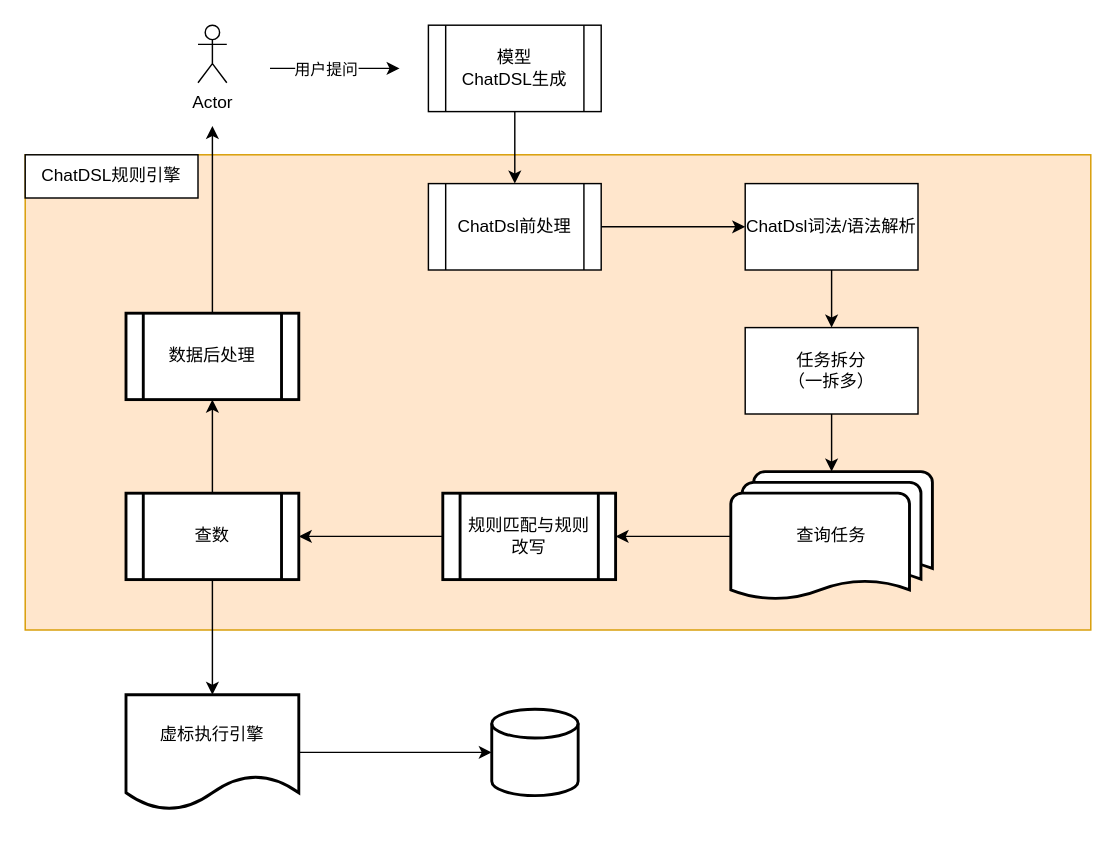
Earlier version of the draw.io diagram Chatbi规则引擎.drawio (zousiquan/design-drawing). Source tidied: cells renumbered, new cells numbered last; positions are measured from the earlier drawing's top-left corner, leaving out a move shared by most shapes. Both pictures are drawn from the tidied source at 144%, with x=0, y=0 at pixel (24, 24).
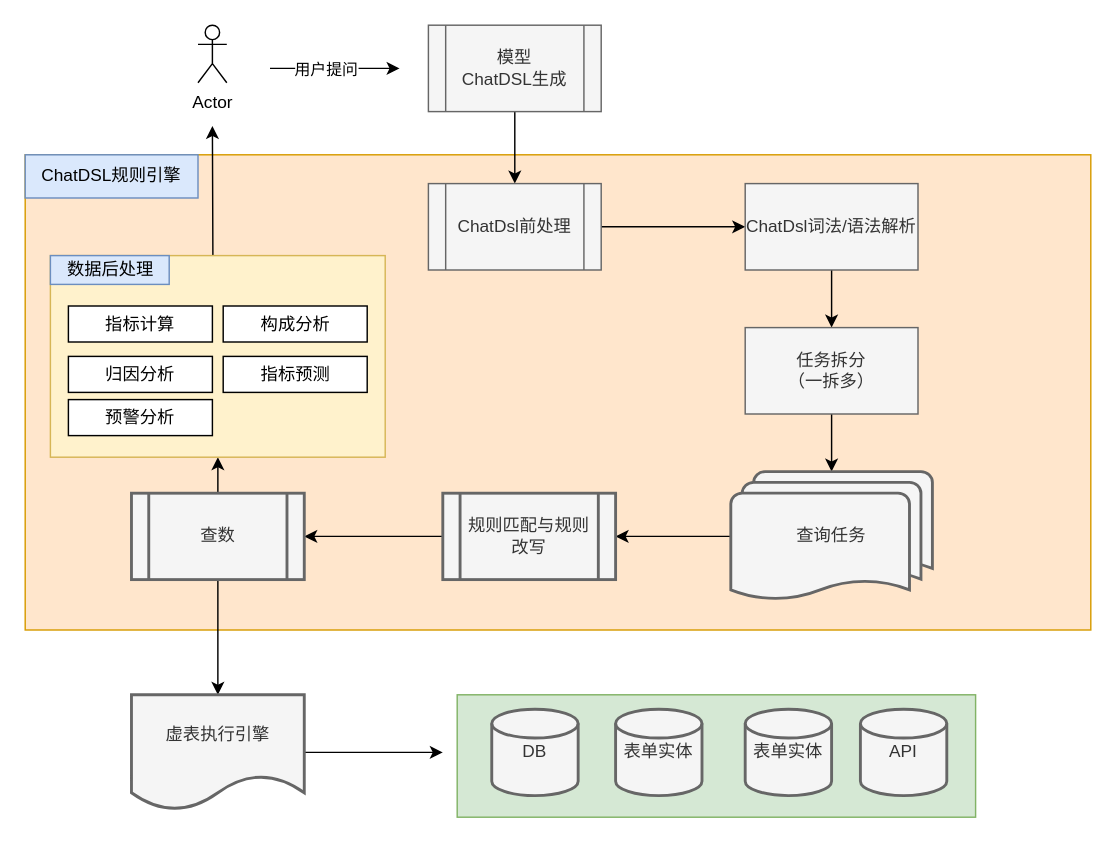
The same diagram, later.

Commit message:
更新Chatbi规则引擎.drawio

Diff of the diagram source:
```diff
@@
+    <mxCell id="27" style="rounded=0;whiteSpace=wrap;html=1;fillColor=#d5e8d4;strokeColor=#82b366;" parent="1" vertex="1">
+      <mxGeometry x="300" y="465" width="360" height="85" as="geometry" />
+    </mxCell>
@@
-    <mxCell id="7" value="模型&lt;div&gt;ChatDSL&lt;span style=&quot;background-color: transparent;&quot;&gt;生成&lt;/span&gt;&lt;/div&gt;" style="shape=process;whiteSpace=wrap;html=1;backgroundOutline=1;" parent="1" vertex="1">
+    <mxCell id="7" value="模型&lt;div&gt;ChatDSL&lt;span style=&quot;background-color: transparent;&quot;&gt;生成&lt;/span&gt;&lt;/div&gt;" style="shape=process;whiteSpace=wrap;html=1;backgroundOutline=1;fillColor=#f5f5f5;fontColor=#333333;strokeColor=#666666;" parent="1" vertex="1">
       <mxGeometry x="280" width="120" height="60" as="geometry" />
     </mxCell>
@@
-    <mxCell id="9" value="ChatDsl前处理" style="shape=process;whiteSpace=wrap;html=1;backgroundOutline=1;" parent="1" vertex="1">
+    <mxCell id="9" value="ChatDsl前处理" style="shape=process;whiteSpace=wrap;html=1;backgroundOutline=1;fillColor=#f5f5f5;fontColor=#333333;strokeColor=#666666;" parent="1" vertex="1">
       <mxGeometry x="280" y="110" width="120" height="60" as="geometry" />
     </mxCell>
@@
-    <mxCell id="11" value="ChatDsl词法/语法解析" style="whiteSpace=wrap;html=1;" parent="1" vertex="1">
+    <mxCell id="11" value="ChatDsl词法/语法解析" style="whiteSpace=wrap;html=1;fillColor=#f5f5f5;fontColor=#333333;strokeColor=#666666;" parent="1" vertex="1">
       <mxGeometry x="500" y="110" width="120" height="60" as="geometry" />
     </mxCell>
@@
-    <mxCell id="13" value="任务拆分&lt;div&gt;（一拆多）&lt;/div&gt;" style="whiteSpace=wrap;html=1;" parent="1" vertex="1">
+    <mxCell id="13" value="任务拆分&lt;div&gt;（一拆多）&lt;/div&gt;" style="whiteSpace=wrap;html=1;fillColor=#f5f5f5;fontColor=#333333;strokeColor=#666666;" parent="1" vertex="1">
       <mxGeometry x="500" y="210" width="120" height="60" as="geometry" />
     </mxCell>
@@
-    <mxCell id="15" value="查询任务" style="strokeWidth=2;html=1;shape=mxgraph.flowchart.multi-document;whiteSpace=wrap;" parent="1" vertex="1">
+    <mxCell id="15" value="查询任务" style="strokeWidth=2;html=1;shape=mxgraph.flowchart.multi-document;whiteSpace=wrap;fillColor=#f5f5f5;fontColor=#333333;strokeColor=#666666;" parent="1" vertex="1">
       <mxGeometry x="490" y="310" width="140" height="90" as="geometry" />
     </mxCell>
@@
-    <mxCell id="17" value="规则匹配与规则改写" style="shape=process;whiteSpace=wrap;html=1;backgroundOutline=1;strokeWidth=2;" parent="1" vertex="1">
+    <mxCell id="17" value="规则匹配与规则改写" style="shape=process;whiteSpace=wrap;html=1;backgroundOutline=1;strokeWidth=2;fillColor=#f5f5f5;fontColor=#333333;strokeColor=#666666;" parent="1" vertex="1">
       <mxGeometry x="290" y="325" width="120" height="60" as="geometry" />
     </mxCell>
@@
-    <mxCell id="19" style="edgeStyle=orthogonalEdgeStyle;rounded=0;jettySize=auto;html=1;" parent="1" edge="1" source="20" target="25">
+    <mxCell id="19" style="edgeStyle=orthogonalEdgeStyle;rounded=0;jettySize=auto;html=1;" parent="1" edge="1" source="20" target="28">
       <mxGeometry relative="1" as="geometry" />
     </mxCell>
-    <mxCell id="20" value="查数" style="shape=process;whiteSpace=wrap;html=1;backgroundOutline=1;strokeWidth=2;" parent="1" vertex="1">
-      <mxGeometry x="70" y="325" width="120" height="60" as="geometry" />
+    <mxCell id="20" value="查数" style="shape=process;whiteSpace=wrap;html=1;backgroundOutline=1;strokeWidth=2;fillColor=#f5f5f5;fontColor=#333333;strokeColor=#666666;" parent="1" vertex="1">
+      <mxGeometry x="73.8" y="325" width="120" height="60" as="geometry" />
     </mxCell>
-    <mxCell id="21" style="edgeStyle=orthogonalEdgeStyle;rounded=0;jettySize=auto;html=1;" parent="1" edge="1" source="22" target="23">
-      <mxGeometry relative="1" as="geometry" />
+    <mxCell id="21" style="edgeStyle=orthogonalEdgeStyle;rounded=0;jettySize=auto;html=1;" parent="1" edge="1" source="22">
+      <mxGeometry relative="1" as="geometry">
+        <mxPoint x="290" y="505" as="targetPoint" />
+      </mxGeometry>
     </mxCell>
-    <mxCell id="22" value="虚标执行引擎" style="shape=document;whiteSpace=wrap;html=1;boundedLbl=1;strokeWidth=2;" parent="1" vertex="1">
-      <mxGeometry x="70" y="465" width="120" height="80" as="geometry" />
+    <mxCell id="22" value="虚表执行引擎" style="shape=document;whiteSpace=wrap;html=1;boundedLbl=1;strokeWidth=2;fillColor=#f5f5f5;fontColor=#333333;strokeColor=#666666;" parent="1" vertex="1">
+      <mxGeometry x="73.8" y="465" width="120" height="80" as="geometry" />
     </mxCell>
-    <mxCell id="23" style="strokeWidth=2;html=1;shape=mxgraph.flowchart.database;whiteSpace=wrap;" parent="1" vertex="1">
+    <mxCell id="23" value="DB" style="strokeWidth=2;html=1;shape=mxgraph.flowchart.database;whiteSpace=wrap;fillColor=#f5f5f5;fontColor=#333333;strokeColor=#666666;" parent="1" vertex="1">
       <mxGeometry x="324" y="475" width="60" height="60" as="geometry" />
     </mxCell>
-    <mxCell id="24" style="edgeStyle=orthogonalEdgeStyle;rounded=0;jettySize=auto;html=1;" parent="1" edge="1" source="25">
+    <mxCell id="24" style="edgeStyle=orthogonalEdgeStyle;rounded=0;orthogonalLoop=1;jettySize=auto;html=1;" parent="1" edge="1">
       <mxGeometry relative="1" as="geometry">
+        <mxPoint x="160" y="200" as="sourcePoint" />
         <mxPoint x="130" y="70" as="targetPoint" />
       </mxGeometry>
     </mxCell>
+    <mxCell id="26" value="ChatDSL规则引擎" style="rounded=0;whiteSpace=wrap;html=1;fillColor=#dae8fc;strokeColor=#6c8ebf;" parent="1" vertex="1">
+      <mxGeometry y="90" width="120" height="30" as="geometry" />
+    </mxCell>
+    <mxCell id="28" style="rounded=0;whiteSpace=wrap;html=1;fillColor=#fff2cc;strokeColor=#d6b656;" parent="1" vertex="1">
+      <mxGeometry x="17.5" y="160" width="232.5" height="140" as="geometry" />
+    </mxCell>
-    <mxCell id="25" value="数据后处理" style="shape=process;whiteSpace=wrap;html=1;backgroundOutline=1;strokeWidth=2;" parent="1" vertex="1">
-      <mxGeometry x="70" y="200" width="120" height="60" as="geometry" />
+    <mxCell id="25" value="数据后处理" style="rounded=0;whiteSpace=wrap;html=1;fillColor=#dae8fc;strokeColor=#6c8ebf;" parent="1" vertex="1">
+      <mxGeometry x="17.5" y="160" width="82.5" height="20" as="geometry" />
     </mxCell>
-    <mxCell id="26" value="ChatDSL规则引擎" style="rounded=0;whiteSpace=wrap;html=1;" parent="1" vertex="1">
-      <mxGeometry y="90" width="120" height="30" as="geometry" />
-    </mxCell>
+    <mxCell id="29" value="指标计算" style="rounded=0;whiteSpace=wrap;html=1;" parent="1" vertex="1">
+      <mxGeometry x="30" y="195" width="100" height="25" as="geometry" />
+    </mxCell>
+    <mxCell id="30" value="归因分析" style="rounded=0;whiteSpace=wrap;html=1;" parent="1" vertex="1">
+      <mxGeometry x="30" y="230" width="100" height="25" as="geometry" />
+    </mxCell>
+    <mxCell id="31" value="构成分析" style="rounded=0;whiteSpace=wrap;html=1;" parent="1" vertex="1">
+      <mxGeometry x="137.5" y="195" width="100" height="25" as="geometry" />
+    </mxCell>
+    <mxCell id="32" value="指标预测" style="rounded=0;whiteSpace=wrap;html=1;" parent="1" vertex="1">
+      <mxGeometry x="137.5" y="230" width="100" height="25" as="geometry" />
+    </mxCell>
+    <mxCell id="33" value="预警分析" style="rounded=0;whiteSpace=wrap;html=1;" parent="1" vertex="1">
+      <mxGeometry x="30" y="260" width="100" height="25" as="geometry" />
+    </mxCell>
+    <mxCell id="34" value="表单实体" style="strokeWidth=2;html=1;shape=mxgraph.flowchart.database;whiteSpace=wrap;fillColor=#f5f5f5;fontColor=#333333;strokeColor=#666666;" parent="1" vertex="1">
+      <mxGeometry x="410" y="475" width="60" height="60" as="geometry" />
+    </mxCell>
+    <mxCell id="35" value="API" style="strokeWidth=2;html=1;shape=mxgraph.flowchart.database;whiteSpace=wrap;fillColor=#f5f5f5;fontColor=#333333;strokeColor=#666666;" parent="1" vertex="1">
+      <mxGeometry x="580" y="475" width="60" height="60" as="geometry" />
+    </mxCell>
+    <mxCell id="36" value="表单实体" style="strokeWidth=2;html=1;shape=mxgraph.flowchart.database;whiteSpace=wrap;fillColor=#f5f5f5;fontColor=#333333;strokeColor=#666666;" parent="1" vertex="1">
+      <mxGeometry x="500" y="475" width="60" height="60" as="geometry" />
+    </mxCell>
```
